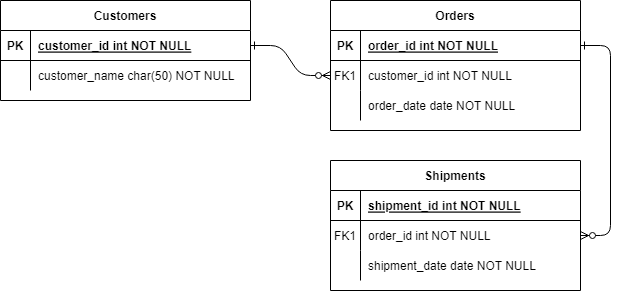
Above: Core-Fundamental.drawio.png in Harry84/DevOps-Core-Fundamental-Project (draw.io), before the change. Source tidied: cells renumbered, new cells last; positions are measured from the earlier drawing's top-left corner, leaving out a move shared by most shapes.
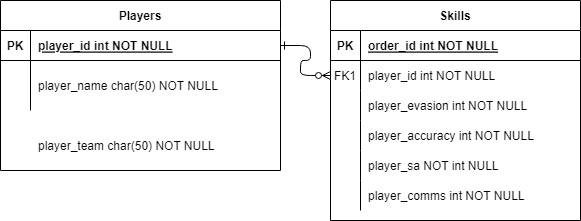
After the commit.

The edit, as a diff of the source:
```diff
@@ -5,11 +5,8 @@
     <mxCell id="2" style="edgeStyle=entityRelationEdgeStyle;endArrow=ERzeroToMany;startArrow=ERone;endFill=1;startFill=0;" parent="1" edge="1" source="25" target="8">
       <mxGeometry relative="1" as="geometry" />
     </mxCell>
-    <mxCell id="3" style="edgeStyle=entityRelationEdgeStyle;endArrow=ERzeroToMany;startArrow=ERone;endFill=1;startFill=0;" parent="1" edge="1" source="5" target="18">
-      <mxGeometry relative="1" as="geometry" />
-    </mxCell>
-    <mxCell id="4" value="Orders" style="shape=table;startSize=30;rowLines=0;fontStyle=1;align=center;" parent="1" vertex="1">
-      <mxGeometry x="330" width="250" height="130" as="geometry" />
+    <mxCell id="4" value="Skills" style="shape=table;startSize=30;rowLines=0;fontStyle=1;align=center;" parent="1" vertex="1">
+      <mxGeometry x="330" width="250" height="220" as="geometry" />
     </mxCell>
     <mxCell id="5" style="shape=partialRectangle;fillColor=none;points=[[0,0.5],[1,0.5]];portConstraint=eastwest;top=0;left=0;right=0;bottom=1;" parent="4" vertex="1">
       <mxGeometry y="30" width="250" height="30" as="geometry" />
@@ -26,7 +23,7 @@
     <mxCell id="9" value="FK1" style="shape=partialRectangle;overflow=hidden;fillColor=none;top=0;left=0;bottom=0;right=0;" parent="8" vertex="1">
       <mxGeometry width="30" height="30" as="geometry" />
     </mxCell>
-    <mxCell id="10" value="customer_id int NOT NULL" style="shape=partialRectangle;overflow=hidden;fillColor=none;top=0;left=0;bottom=0;right=0;align=left;spacingLeft=6;" parent="8" vertex="1">
+    <mxCell id="10" value="player_id int NOT NULL" style="shape=partialRectangle;overflow=hidden;fillColor=none;top=0;left=0;bottom=0;right=0;align=left;spacingLeft=6;" parent="8" vertex="1">
       <mxGeometry x="30" width="220" height="30" as="geometry" />
     </mxCell>
     <mxCell id="11" style="shape=partialRectangle;fillColor=none;top=0;left=0;right=0;bottom=0;" parent="4" vertex="1">
@@ -35,59 +32,59 @@
     <mxCell id="12" style="shape=partialRectangle;overflow=hidden;fillColor=none;top=0;left=0;bottom=0;right=0;" parent="11" vertex="1">
       <mxGeometry width="30" height="30" as="geometry" />
     </mxCell>
-    <mxCell id="13" value="order_date date NOT NULL" style="shape=partialRectangle;overflow=hidden;fillColor=none;top=0;left=0;bottom=0;right=0;align=left;spacingLeft=6;" parent="11" vertex="1">
+    <mxCell id="13" value="player_evasion int NOT NULL" style="shape=partialRectangle;overflow=hidden;fillColor=none;top=0;left=0;bottom=0;right=0;align=left;spacingLeft=6;" parent="11" vertex="1">
       <mxGeometry x="30" width="220" height="30" as="geometry" />
     </mxCell>
-    <mxCell id="14" value="Shipments" style="shape=table;startSize=30;rowLines=0;fontStyle=1;align=center;" parent="1" vertex="1">
-      <mxGeometry x="330" y="160" width="250" height="130" as="geometry" />
-    </mxCell>
-    <mxCell id="15" style="shape=partialRectangle;fillColor=none;top=0;left=0;right=0;bottom=1;" parent="14" vertex="1">
-      <mxGeometry y="30" width="250" height="30" as="geometry" />
-    </mxCell>
-    <mxCell id="16" value="PK" style="shape=partialRectangle;overflow=hidden;fillColor=none;top=0;left=0;bottom=0;right=0;fontStyle=1;" parent="15" vertex="1">
-      <mxGeometry width="30" height="30" as="geometry" />
-    </mxCell>
-    <mxCell id="17" value="shipment_id int NOT NULL " style="shape=partialRectangle;overflow=hidden;fillColor=none;top=0;left=0;bottom=0;right=0;align=left;spacingLeft=6;fontStyle=5;" parent="15" vertex="1">
-      <mxGeometry x="30" width="220" height="30" as="geometry" />
-    </mxCell>
-    <mxCell id="18" style="shape=partialRectangle;fillColor=none;points=[[0,0.5],[1,0.5]];portConstraint=eastwest;top=0;left=0;right=0;bottom=0;" parent="14" vertex="1">
-      <mxGeometry y="60" width="250" height="30" as="geometry" />
-    </mxCell>
-    <mxCell id="19" value="FK1" style="shape=partialRectangle;overflow=hidden;fillColor=none;top=0;left=0;bottom=0;right=0;" parent="18" vertex="1">
-      <mxGeometry width="30" height="30" as="geometry" />
-    </mxCell>
-    <mxCell id="20" value="order_id int NOT NULL" style="shape=partialRectangle;overflow=hidden;fillColor=none;top=0;left=0;bottom=0;right=0;align=left;spacingLeft=6;" parent="18" vertex="1">
-      <mxGeometry x="30" width="220" height="30" as="geometry" />
-    </mxCell>
-    <mxCell id="21" style="shape=partialRectangle;fillColor=none;top=0;left=0;right=0;bottom=0;" parent="14" vertex="1">
-      <mxGeometry y="90" width="250" height="30" as="geometry" />
-    </mxCell>
-    <mxCell id="22" style="shape=partialRectangle;overflow=hidden;fillColor=none;top=0;left=0;bottom=0;right=0;" parent="21" vertex="1">
-      <mxGeometry width="30" height="30" as="geometry" />
-    </mxCell>
-    <mxCell id="23" value="shipment_date date NOT NULL" style="shape=partialRectangle;overflow=hidden;fillColor=none;top=0;left=0;bottom=0;right=0;align=left;spacingLeft=6;" parent="21" vertex="1">
-      <mxGeometry x="30" width="220" height="30" as="geometry" />
-    </mxCell>
+    <mxCell id="31" style="shape=partialRectangle;fillColor=none;top=0;left=0;right=0;bottom=0;" parent="4" vertex="1">
+      <mxGeometry y="120" width="250" height="30" as="geometry" />
+    </mxCell>
+    <mxCell id="32" style="shape=partialRectangle;overflow=hidden;fillColor=none;top=0;left=0;bottom=0;right=0;" parent="31" vertex="1">
+      <mxGeometry width="30" height="30" as="geometry" />
+    </mxCell>
+    <mxCell id="33" value="player_accuracy int NOT NULL" style="shape=partialRectangle;overflow=hidden;fillColor=none;top=0;left=0;bottom=0;right=0;align=left;spacingLeft=6;" parent="31" vertex="1">
+      <mxGeometry x="30" width="220" height="30" as="geometry" />
+    </mxCell>
+    <mxCell id="34" style="shape=partialRectangle;fillColor=none;top=0;left=0;right=0;bottom=0;" parent="4" vertex="1">
+      <mxGeometry y="150" width="250" height="30" as="geometry" />
+    </mxCell>
+    <mxCell id="35" style="shape=partialRectangle;overflow=hidden;fillColor=none;top=0;left=0;bottom=0;right=0;" parent="34" vertex="1">
+      <mxGeometry width="30" height="30" as="geometry" />
+    </mxCell>
+    <mxCell id="36" value="player_sa NOT int NULL" style="shape=partialRectangle;overflow=hidden;fillColor=none;top=0;left=0;bottom=0;right=0;align=left;spacingLeft=6;" parent="34" vertex="1">
+      <mxGeometry x="30" width="220" height="30" as="geometry" />
+    </mxCell>
+    <mxCell id="37" style="shape=partialRectangle;fillColor=none;top=0;left=0;right=0;bottom=0;" parent="4" vertex="1">
+      <mxGeometry y="180" width="250" height="30" as="geometry" />
+    </mxCell>
+    <mxCell id="38" style="shape=partialRectangle;overflow=hidden;fillColor=none;top=0;left=0;bottom=0;right=0;" parent="37" vertex="1">
+      <mxGeometry width="30" height="30" as="geometry" />
+    </mxCell>
+    <mxCell id="39" value="player_comms int NOT NULL" style="shape=partialRectangle;overflow=hidden;fillColor=none;top=0;left=0;bottom=0;right=0;align=left;spacingLeft=6;" parent="37" vertex="1">
+      <mxGeometry x="30" width="220" height="30" as="geometry" />
+    </mxCell>
-    <mxCell id="24" value="Customers" style="shape=table;startSize=30;rowLines=0;fontStyle=1;align=center;" parent="1" vertex="1">
-      <mxGeometry width="250" height="100" as="geometry" />
+    <mxCell id="24" value="Players" style="shape=table;startSize=30;rowLines=0;fontStyle=1;align=center;" parent="1" vertex="1">
+      <mxGeometry width="280" height="170" as="geometry" />
     </mxCell>
     <mxCell id="25" style="shape=partialRectangle;fillColor=none;points=[[0,0.5],[1,0.5]];portConstraint=eastwest;top=0;left=0;right=0;bottom=1;" parent="24" vertex="1">
-      <mxGeometry y="30" width="250" height="30" as="geometry" />
+      <mxGeometry y="30" width="280" height="30" as="geometry" />
     </mxCell>
     <mxCell id="26" value="PK" style="shape=partialRectangle;overflow=hidden;fillColor=none;top=0;left=0;bottom=0;right=0;fontStyle=1;" parent="25" vertex="1">
       <mxGeometry width="30" height="30" as="geometry" />
     </mxCell>
-    <mxCell id="27" value="customer_id int NOT NULL " style="shape=partialRectangle;overflow=hidden;fillColor=none;top=0;left=0;bottom=0;right=0;align=left;spacingLeft=6;fontStyle=5;" parent="25" vertex="1">
-      <mxGeometry x="30" width="220" height="30" as="geometry" />
+    <mxCell id="27" value="player_id int NOT NULL " style="shape=partialRectangle;overflow=hidden;fillColor=none;top=0;left=0;bottom=0;right=0;align=left;spacingLeft=6;fontStyle=5;" parent="25" vertex="1">
+      <mxGeometry x="30" width="250" height="30" as="geometry" />
     </mxCell>
     <mxCell id="28" style="shape=partialRectangle;fillColor=none;top=0;left=0;right=0;bottom=0;" parent="24" vertex="1">
-      <mxGeometry y="60" width="250" height="30" as="geometry" />
+      <mxGeometry y="60" width="280" height="50" as="geometry" />
     </mxCell>
     <mxCell id="29" style="shape=partialRectangle;overflow=hidden;fillColor=none;top=0;left=0;bottom=0;right=0;" parent="28" vertex="1">
-      <mxGeometry width="30" height="30" as="geometry" />
+      <mxGeometry width="30" height="50" as="geometry" />
     </mxCell>
-    <mxCell id="30" value="customer_name char(50) NOT NULL" style="shape=partialRectangle;overflow=hidden;fillColor=none;top=0;left=0;bottom=0;right=0;align=left;spacingLeft=6;" parent="28" vertex="1">
-      <mxGeometry x="30" width="220" height="30" as="geometry" />
+    <mxCell id="30" value="player_name char(50) NOT NULL" style="shape=partialRectangle;overflow=hidden;fillColor=none;top=0;left=0;bottom=0;right=0;align=left;spacingLeft=6;" parent="28" vertex="1">
+      <mxGeometry x="30" width="250" height="50" as="geometry" />
     </mxCell>
+    <mxCell id="40" value="player_team char(50) NOT NULL" style="shape=partialRectangle;overflow=hidden;fillColor=none;top=0;left=0;bottom=0;right=0;align=left;spacingLeft=6;" parent="1" vertex="1">
+      <mxGeometry x="30" y="120" width="250" height="50" as="geometry" />
+    </mxCell>
   </root>
 </mxGraphModel>
```
